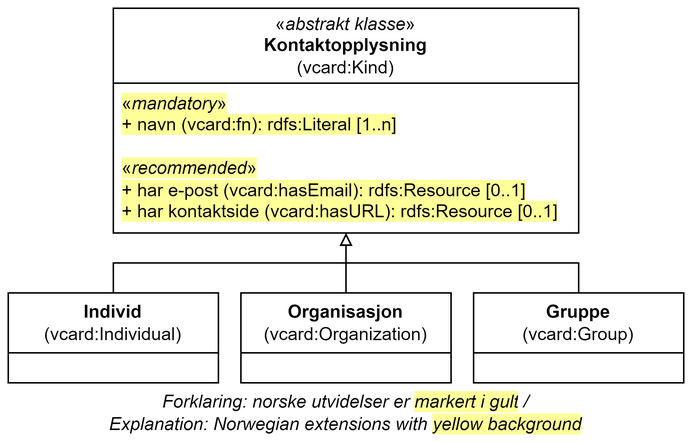
The draw.io diagram docs/images/Klassen-Kontaktopplysning.png in Informasjonsforvaltning/dcat-ap-no, before a commit. Source tidied: cells renumbered, new cells last; positions are measured from the earlier drawing's top-left corner, leaving out a move shared by most shapes.
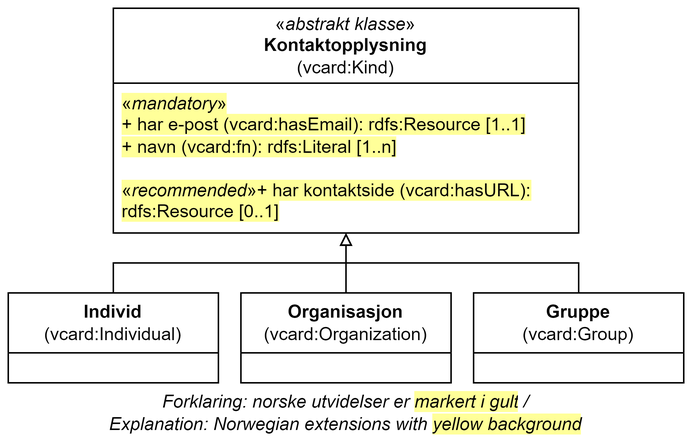
After the change.

Commit message:
Oppdaterer Kontaktopplysning

Diff of the diagram source:
```diff
@@ -5,7 +5,7 @@
     <mxCell id="2" value="&lt;span style=&quot;font-weight: normal;&quot;&gt;«&lt;i&gt;abstrakt klasse&lt;/i&gt;»&lt;/span&gt;&lt;br&gt;&lt;div&gt;Kontaktopplysning&lt;/div&gt;&lt;div&gt;&lt;span style=&quot;font-weight: normal;&quot;&gt;(vcard:Kind)&lt;/span&gt;&lt;/div&gt;" style="swimlane;whiteSpace=wrap;html=1;startSize=50;" parent="1" vertex="1">
       <mxGeometry x="70" width="310" height="150" as="geometry" />
     </mxCell>
-    <mxCell id="3" value="&lt;span style=&quot;background-color: rgb(255, 255, 153);&quot;&gt;«&lt;i&gt;mandatory&lt;/i&gt;»&lt;br&gt;+ navn (vcard:fn): rdfs:Literal [1..n]&lt;br&gt;&lt;/span&gt;&lt;div&gt;&lt;span style=&quot;background-color: rgb(255, 255, 153);&quot;&gt;&lt;br&gt;&lt;/span&gt;&lt;/div&gt;&lt;div&gt;&lt;span style=&quot;background-color: rgb(255, 255, 153);&quot;&gt;«&lt;i&gt;recommended&lt;/i&gt;»&lt;br&gt;&lt;/span&gt;&lt;span style=&quot;background-color: rgb(255, 255, 153);&quot;&gt;+ har e-post (vcard:hasEmail):&amp;nbsp;&lt;/span&gt;&lt;span style=&quot;background-color: rgb(255, 255, 153);&quot;&gt;rdfs:Resource&lt;/span&gt;&lt;span style=&quot;background-color: rgb(255, 255, 153);&quot;&gt;&amp;nbsp;[0..1]&lt;/span&gt;&lt;/div&gt;&lt;div&gt;&lt;span style=&quot;background-color: rgb(255, 255, 153);&quot;&gt;+ har kontaktside (vcard:hasURL): rdfs:Resource [0..1]&lt;/span&gt;&lt;/div&gt;&lt;div&gt;&lt;br&gt;&lt;/div&gt;" style="text;strokeColor=none;fillColor=none;align=left;verticalAlign=top;spacingLeft=4;spacingRight=4;overflow=hidden;whiteSpace=wrap;html=1;" parent="2" vertex="1">
+    <mxCell id="3" value="&lt;span style=&quot;background-color: rgb(255, 255, 153);&quot;&gt;«&lt;i&gt;mandatory&lt;/i&gt;»&lt;br&gt;&lt;/span&gt;&lt;div&gt;&lt;span style=&quot;background-color: rgb(255, 255, 153);&quot;&gt;+ har e-post (vcard:hasEmail):&amp;nbsp;&lt;/span&gt;&lt;span style=&quot;background-color: rgb(255, 255, 153);&quot;&gt;rdfs:Resource&lt;/span&gt;&lt;span style=&quot;background-color: rgb(255, 255, 153);&quot;&gt;&amp;nbsp;[1..1]&lt;/span&gt;&lt;/div&gt;&lt;span style=&quot;background-color: rgb(255, 255, 153);&quot;&gt;+ navn (vcard:fn): rdfs:Literal [1..n]&lt;br&gt;&lt;/span&gt;&lt;div&gt;&lt;div&gt;&lt;br&gt;&lt;/div&gt;&lt;/div&gt;&lt;div&gt;&lt;span style=&quot;background-color: rgb(255, 255, 153);&quot;&gt;«&lt;i&gt;recommended&lt;/i&gt;»&lt;/span&gt;&lt;span style=&quot;background-color: rgb(255, 255, 153);&quot;&gt;+ har kontaktside (vcard:hasURL): rdfs:Resource [0..1]&lt;/span&gt;&lt;span style=&quot;background-color: rgb(255, 255, 153);&quot;&gt;&lt;br&gt;&lt;/span&gt;&lt;/div&gt;&lt;div&gt;&lt;br&gt;&lt;/div&gt;" style="text;strokeColor=none;fillColor=none;align=left;verticalAlign=top;spacingLeft=4;spacingRight=4;overflow=hidden;whiteSpace=wrap;html=1;" parent="2" vertex="1">
       <mxGeometry y="50" width="310" height="100" as="geometry" />
     </mxCell>
     <mxCell id="4" value="Individ&lt;br&gt;&lt;span style=&quot;font-weight: normal;&quot;&gt;(vcard:Individual&lt;span style=&quot;background-color: initial;&quot;&gt;)&lt;/span&gt;&lt;/span&gt;" style="swimlane;whiteSpace=wrap;html=1;startSize=40;" parent="1" vertex="1">
```
